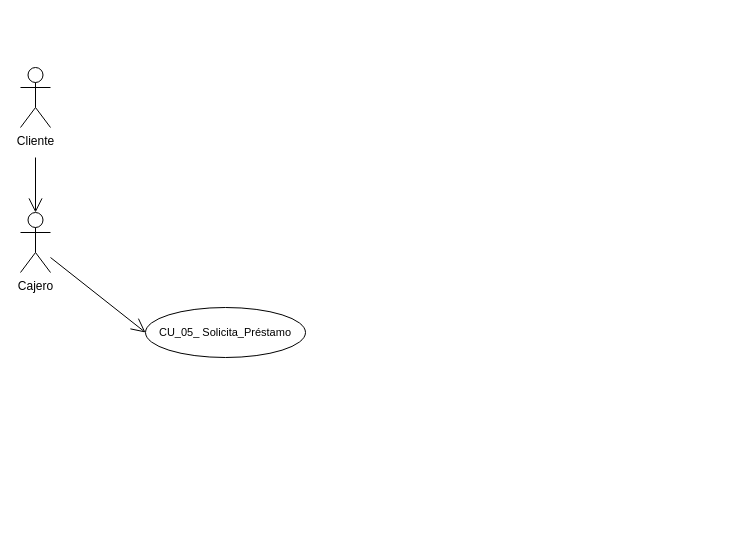
andreamorenom/Laboratorio-Empresarial keeps this draw.io diagram as page "Página-1" (1 of 8) of Casos de uso Blockbuster.drawio. Above is the earlier version. Source tidied: cells renumbered, new cells numbered last; positions are measured from the earlier drawing's top-left corner, leaving out a move shared by most shapes. Both pictures are drawn from the tidied source at 100%, with x=0, y=0 at pixel (20, 67).
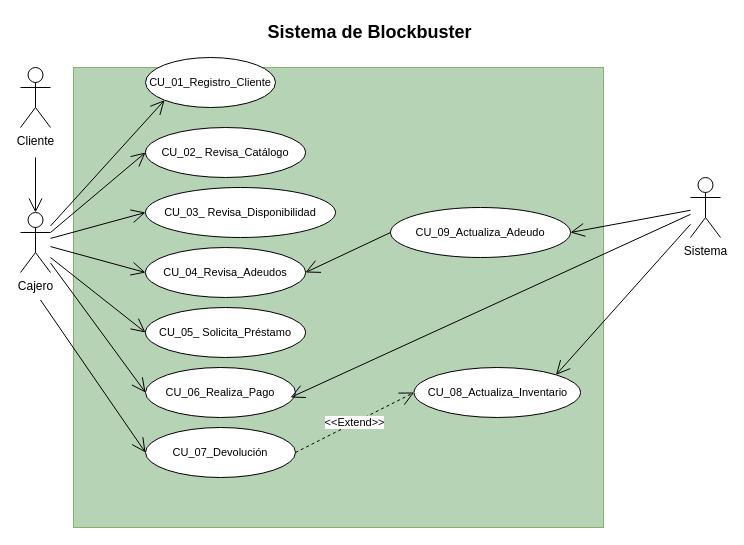
The same page after the edit.

The change refers to these unchanged cells:
```xml
<mxCell id="3" value="Cajero" style="shape=umlActor;verticalLabelPosition=bottom;verticalAlign=top;html=1;outlineConnect=0;" parent="1" vertex="1">
  <mxGeometry y="145" width="30" height="60" as="geometry" />
</mxCell>
```

Change to the diagram source:
```diff
@@
+    <mxCell id="7" style="rounded=0;whiteSpace=wrap;html=1;fillColor=light-dark(#b7d3b6, #1f2f1e);strokeColor=#82b366;" parent="1" vertex="1">
+      <mxGeometry x="53" width="530" height="460" as="geometry" />
+    </mxCell>
+    <mxCell id="8" value="&lt;font style=&quot;font-size: 11px;&quot;&gt;CU_01_Registro_Cliente&lt;/font&gt;" style="ellipse;whiteSpace=wrap;html=1;" parent="1" vertex="1">
+      <mxGeometry x="125" y="-10" width="130" height="50" as="geometry" />
+    </mxCell>
+    <mxCell id="9" value="&lt;font style=&quot;font-size: 11px;&quot;&gt;CU_02_ Revisa_Catálogo&lt;/font&gt;" style="ellipse;whiteSpace=wrap;html=1;" parent="1" vertex="1">
+      <mxGeometry x="125" y="60" width="160" height="50" as="geometry" />
+    </mxCell>
+    <mxCell id="10" value="&lt;font style=&quot;font-size: 11px;&quot;&gt;CU_03_ Revisa_Disponibilidad&lt;/font&gt;" style="ellipse;whiteSpace=wrap;html=1;" parent="1" vertex="1">
+      <mxGeometry x="125" y="120" width="190" height="50" as="geometry" />
+    </mxCell>
@@
+    <mxCell id="11" value="&lt;font style=&quot;font-size: 11px;&quot;&gt;CU_04_Revisa_Adeudos&lt;/font&gt;" style="ellipse;whiteSpace=wrap;html=1;" parent="1" vertex="1">
+      <mxGeometry x="125" y="180" width="160" height="50" as="geometry" />
+    </mxCell>
+    <mxCell id="12" value="&lt;font style=&quot;font-size: 11px;&quot;&gt;CU_06_Realiza_Pago&lt;/font&gt;" style="ellipse;whiteSpace=wrap;html=1;" parent="1" vertex="1">
+      <mxGeometry x="125" y="300" width="150" height="50" as="geometry" />
+    </mxCell>
+    <mxCell id="13" value="&lt;font style=&quot;font-size: 11px;&quot;&gt;CU_07_Devolución&lt;/font&gt;" style="ellipse;whiteSpace=wrap;html=1;" parent="1" vertex="1">
+      <mxGeometry x="125" y="360" width="150" height="50" as="geometry" />
+    </mxCell>
+    <mxCell id="14" value="&lt;font style=&quot;font-size: 11px;&quot;&gt;CU_09_Actualiza_Adeudo&lt;/font&gt;" style="ellipse;whiteSpace=wrap;html=1;" parent="1" vertex="1">
+      <mxGeometry x="370" y="140" width="180" height="50" as="geometry" />
+    </mxCell>
+    <mxCell id="15" value="&lt;font style=&quot;font-size: 11px;&quot;&gt;CU_08_Actualiza_Inventario&lt;/font&gt;" style="ellipse;whiteSpace=wrap;html=1;" parent="1" vertex="1">
+      <mxGeometry x="393.5" y="300" width="166.5" height="50" as="geometry" />
+    </mxCell>
+    <mxCell id="16" style="endArrow=open;endFill=1;endSize=12;html=1;rounded=0;entryX=0;entryY=1;entryDx=0;entryDy=0;" parent="1" edge="1" source="3" target="8">
+      <mxGeometry relative="1" as="geometry" />
+    </mxCell>
+    <mxCell id="17" style="endArrow=open;endFill=1;endSize=12;html=1;rounded=0;entryX=0;entryY=0.5;entryDx=0;entryDy=0;exitX=1;exitY=0.3333333333333333;exitDx=0;exitDy=0;exitPerimeter=0;" parent="1" edge="1" source="3" target="9">
+      <mxGeometry relative="1" as="geometry" />
+    </mxCell>
+    <mxCell id="18" style="endArrow=open;endFill=1;endSize=12;html=1;rounded=0;entryX=0;entryY=0.5;entryDx=0;entryDy=0;" parent="1" edge="1" source="3" target="10">
+      <mxGeometry relative="1" as="geometry" />
+    </mxCell>
+    <mxCell id="19" style="endArrow=open;endFill=1;endSize=12;html=1;rounded=0;entryX=0;entryY=0.5;entryDx=0;entryDy=0;" parent="1" edge="1" source="3" target="11">
+      <mxGeometry relative="1" as="geometry" />
+    </mxCell>
@@
+    <mxCell id="20" style="endArrow=open;endFill=1;endSize=12;html=1;rounded=0;entryX=0;entryY=0.5;entryDx=0;entryDy=0;" parent="1" edge="1" source="3" target="12">
+      <mxGeometry relative="1" as="geometry" />
+    </mxCell>
+    <mxCell id="21" style="endArrow=open;endFill=1;endSize=12;html=1;rounded=0;entryX=0;entryY=0.5;entryDx=0;entryDy=0;" parent="1" edge="1" target="13">
+      <mxGeometry relative="1" as="geometry">
+        <mxPoint x="20" y="232.5" as="sourcePoint" />
+      </mxGeometry>
+    </mxCell>
+    <mxCell id="22" value="Sistema" style="shape=umlActor;verticalLabelPosition=bottom;verticalAlign=top;html=1;outlineConnect=0;" parent="1" vertex="1">
+      <mxGeometry x="670" y="110" width="30" height="60" as="geometry" />
+    </mxCell>
+    <mxCell id="23" style="endArrow=open;endFill=1;endSize=12;html=1;rounded=0;entryX=1;entryY=0;entryDx=0;entryDy=0;" parent="1" edge="1" source="22" target="15">
+      <mxGeometry relative="1" as="geometry" />
+    </mxCell>
+    <mxCell id="24" value="Sistema de Blockbuster" style="text;html=1;align=center;verticalAlign=middle;whiteSpace=wrap;rounded=0;fontSize=18;fontStyle=1;" parent="1" vertex="1">
+      <mxGeometry x="233" y="-50" width="233" height="30" as="geometry" />
+    </mxCell>
+    <mxCell id="25" value="&amp;lt;&amp;lt;Extend&amp;gt;&amp;gt;" style="endArrow=open;endSize=12;dashed=1;html=1;rounded=0;exitX=1;exitY=0.5;exitDx=0;exitDy=0;entryX=0;entryY=0.5;entryDx=0;entryDy=0;" parent="1" edge="1" source="13" target="15">
+      <mxGeometry relative="1" as="geometry" />
+    </mxCell>
+    <mxCell id="26" style="endArrow=open;endFill=1;endSize=12;html=1;rounded=0;entryX=1;entryY=0.5;entryDx=0;entryDy=0;" parent="1" edge="1" source="22" target="14">
+      <mxGeometry relative="1" as="geometry" />
+    </mxCell>
+    <mxCell id="27" style="endArrow=open;endFill=1;endSize=12;html=1;rounded=0;entryX=1;entryY=0.5;entryDx=0;entryDy=0;exitX=0;exitY=0.5;exitDx=0;exitDy=0;" parent="1" edge="1" source="14" target="11">
+      <mxGeometry relative="1" as="geometry" />
+    </mxCell>
+    <mxCell id="28" style="endArrow=open;endFill=1;endSize=12;html=1;rounded=0;entryX=1;entryY=0;entryDx=0;entryDy=0;" parent="1" edge="1" source="22">
+      <mxGeometry relative="1" as="geometry">
+        <mxPoint x="270" y="330" as="targetPoint" />
+      </mxGeometry>
+    </mxCell>
```
